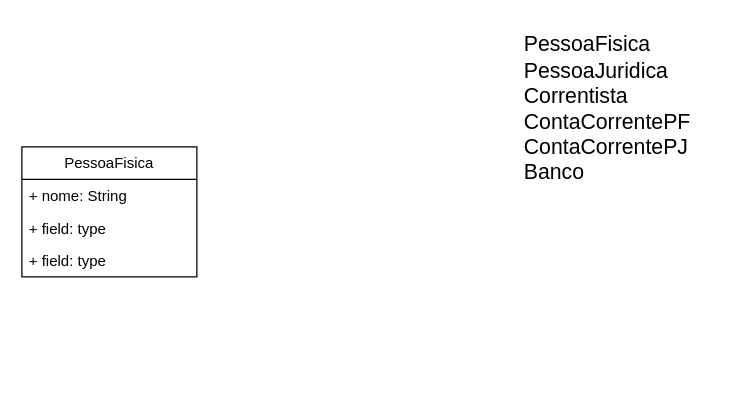
This is aps/2023-07-24-banco.drawio from prof-rodrigor/rodrigor.anotacoes, a draw.io file, before an edit. Source tidied: cells renumbered, new cells numbered last; positions are measured from the earlier drawing's top-left corner, leaving out a move shared by most shapes. Both pictures are drawn from the tidied source at 125%, with x=0, y=0 at pixel (21, 21).
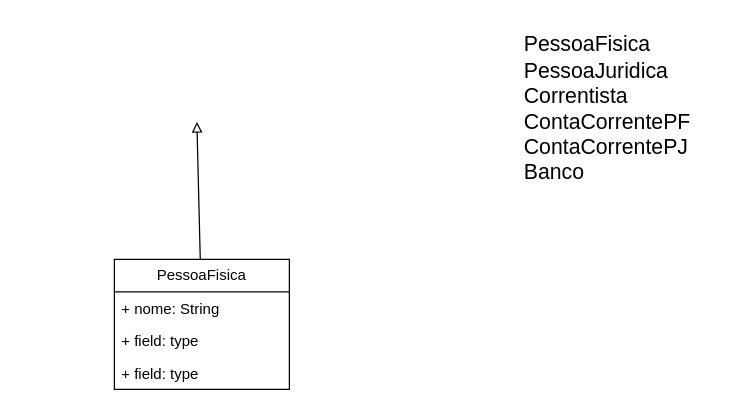
Above is the later version.

Commit message:
sala-rodrigor: 2023-07-24 09:08:26

Change to the diagram source:
```diff
@@
 <mxGraphModel>
   <root>
     <mxCell id="0" />
     <mxCell id="1" parent="0" />
+    <mxCell id="7" style="rounded=0;jettySize=auto;html=1;endArrow=block;endFill=0;" parent="1" edge="1" source="2">
+      <mxGeometry relative="1" as="geometry">
+        <mxPoint x="140" y="80" as="targetPoint" />
+      </mxGeometry>
+    </mxCell>
     <mxCell id="2" value="PessoaFisica" style="swimlane;fontStyle=0;horizontal=1;startSize=26;fillColor=none;whiteSpace=wrap;html=1;" parent="1" vertex="1">
-      <mxGeometry y="100" width="140" height="104" as="geometry" />
+      <mxGeometry x="74" y="190" width="140" height="104" as="geometry" />
     </mxCell>
     <mxCell id="3" value="+ nome: String" style="text;strokeColor=none;fillColor=none;align=left;verticalAlign=top;spacingLeft=4;spacingRight=4;overflow=hidden;whiteSpace=wrap;html=1;" parent="2" vertex="1">
       <mxGeometry y="26" width="140" height="26" as="geometry" />
     </mxCell>
     <mxCell id="4" value="+ field: type" style="text;strokeColor=none;fillColor=none;align=left;verticalAlign=top;spacingLeft=4;spacingRight=4;overflow=hidden;whiteSpace=wrap;html=1;" parent="2" vertex="1">
       <mxGeometry y="52" width="140" height="26" as="geometry" />
     </mxCell>
     <mxCell id="5" value="+ field: type" style="text;strokeColor=none;fillColor=none;align=left;verticalAlign=top;spacingLeft=4;spacingRight=4;overflow=hidden;whiteSpace=wrap;html=1;" parent="2" vertex="1">
       <mxGeometry y="78" width="140" height="26" as="geometry" />
     </mxCell>
     <mxCell id="6" value="PessoaFisica&lt;br style=&quot;font-size: 17px;&quot;&gt;PessoaJuridica&lt;br style=&quot;font-size: 17px;&quot;&gt;Correntista&lt;br style=&quot;font-size: 17px;&quot;&gt;ContaCorrentePF&lt;br style=&quot;font-size: 17px;&quot;&gt;ContaCorrentePJ&lt;br style=&quot;font-size: 17px;&quot;&gt;Banco" style="text;html=1;strokeColor=none;fillColor=none;align=left;verticalAlign=middle;whiteSpace=wrap;rounded=0;fontSize=17;" parent="1" vertex="1">
       <mxGeometry x="400" width="160" height="140" as="geometry" />
     </mxCell>
   </root>
 </mxGraphModel>
```
